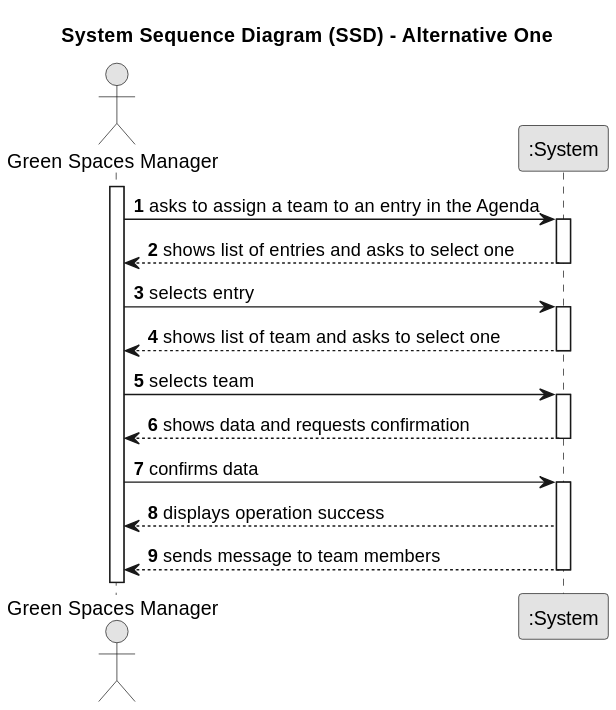
This is docs/sprint3/us023/01.requirements-engineering/svg/us023-system-sequence-diagram-alternative-one.svg from tiagosoa/lei-24-s2-1dgh-g073, a PlantUML export, as it was before one commit.
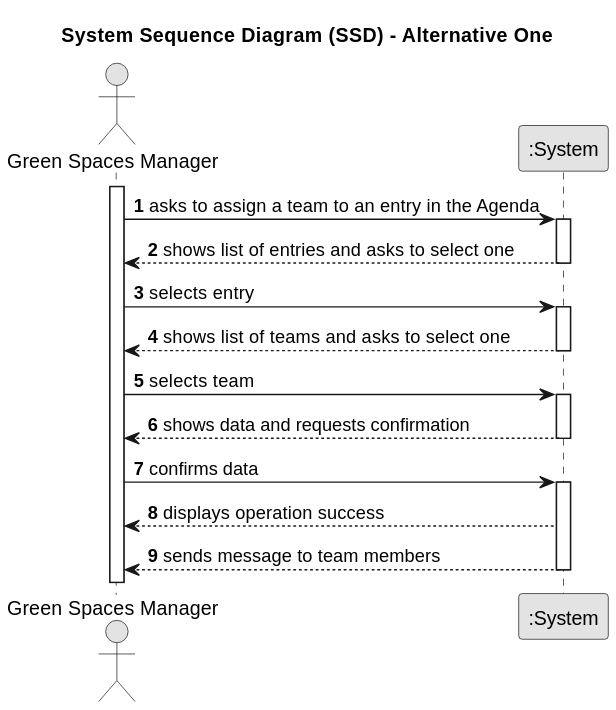
The same diagram one commit later.

The edit, as a diff of the source:
```diff
@@ -21,7 +21,7 @@
     GSM -> System : selects entry
     activate System
 
-    System --> GSM : shows list of team and asks to select one
+    System --> GSM : shows list of teams and asks to select one
     deactivate System
 
     GSM -> System : selects team
```
